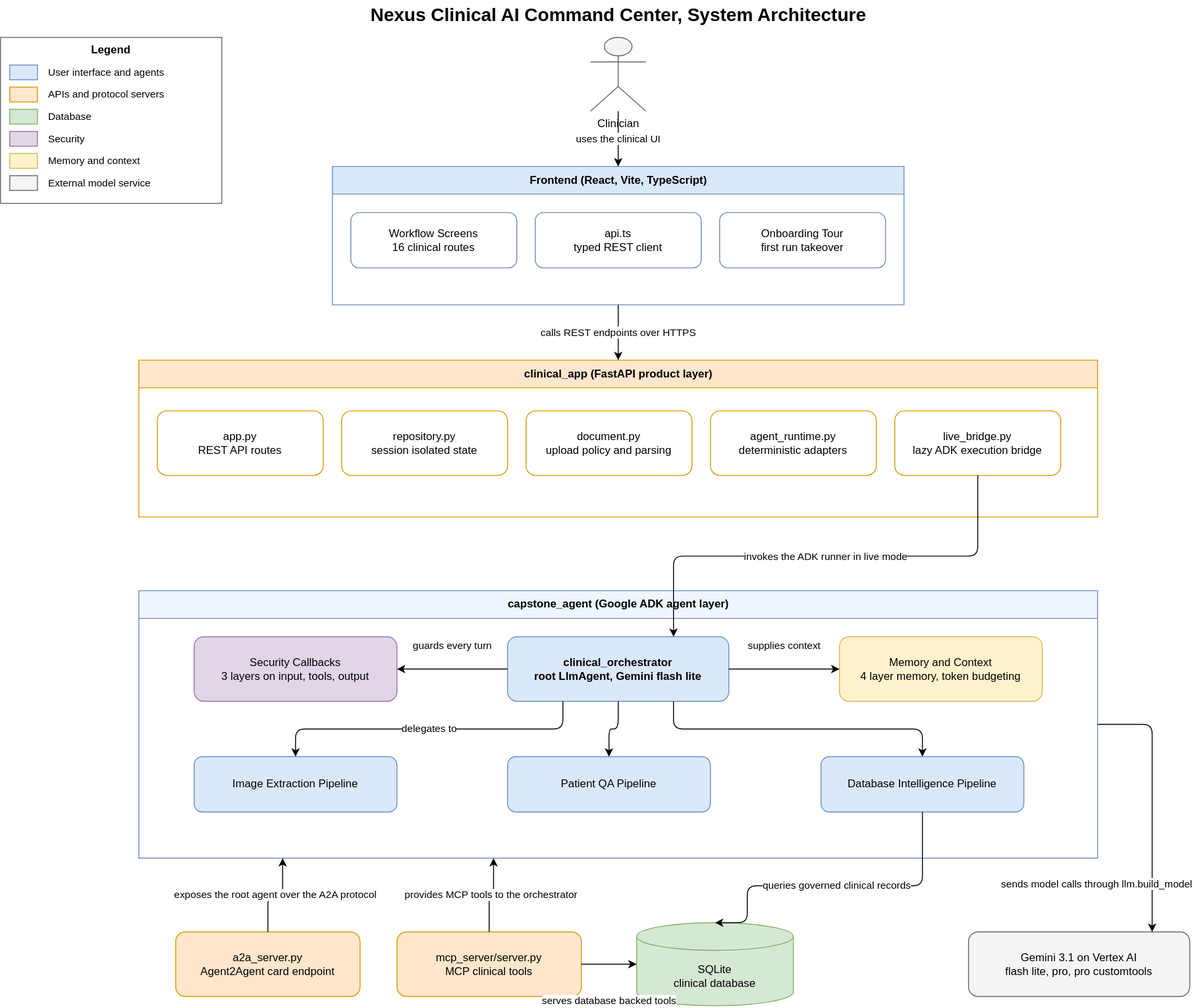
The draw.io diagram frontend/public/diagrams/svg/01-system-architecture.svg in GeorgiNaydenov/Google-Capstone-Project, before a commit. Source tidied: cells renumbered, new cells last; positions are measured from the earlier drawing's top-left corner, leaving out a move shared by most shapes.
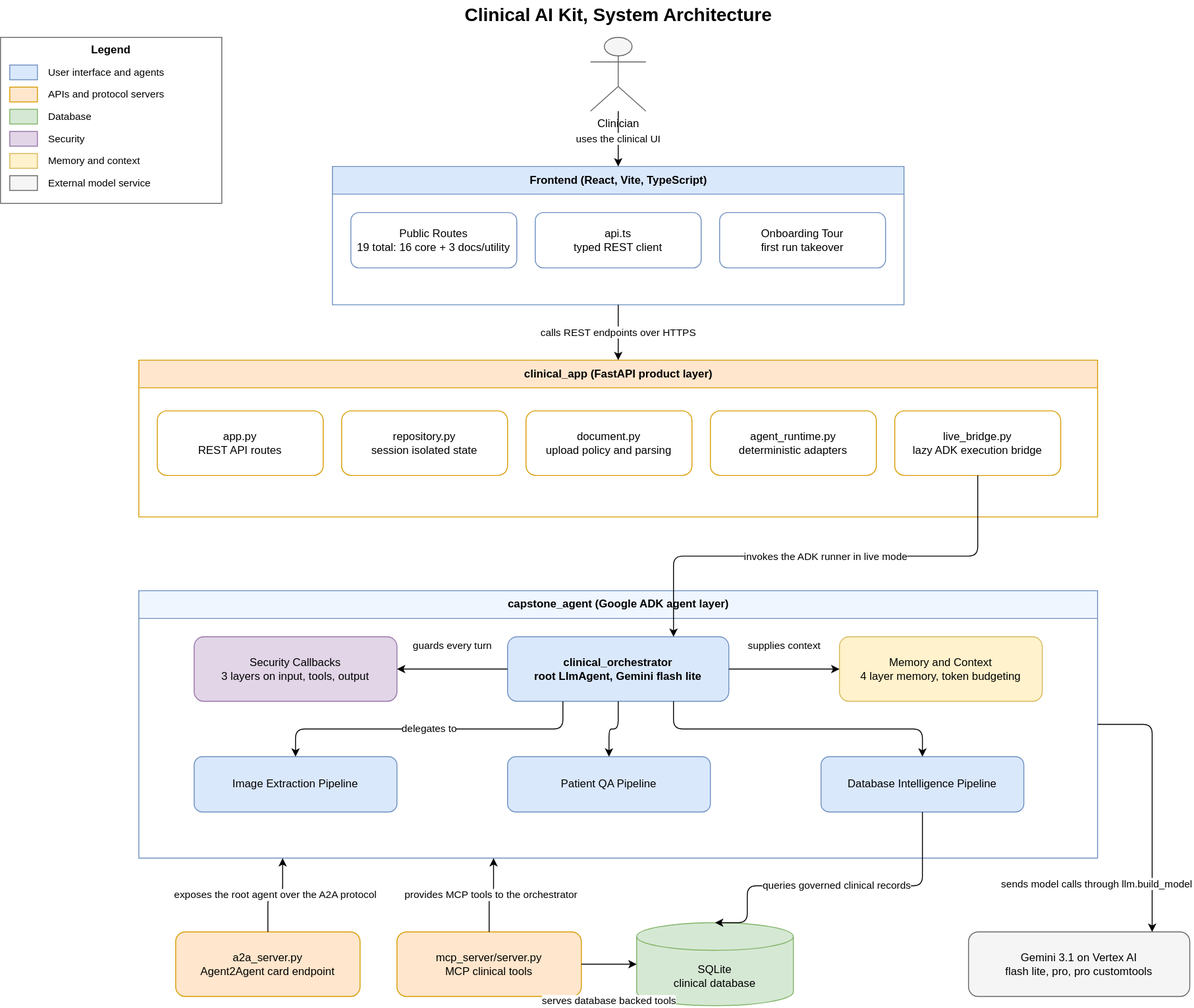
After the commit.

What changed in the source:
```diff
@@ -2,7 +2,7 @@
   <root>
     <mxCell id="0" />
     <mxCell id="1" parent="0" />
-    <mxCell id="2" value="Nexus Clinical AI Command Center, System Architecture" style="text;html=1;fontSize=20;fontStyle=1;align=center;verticalAlign=middle;" parent="1" vertex="1">
+    <mxCell id="2" value="Clinical AI Kit, System Architecture" style="text;html=1;fontSize=20;fontStyle=1;align=center;verticalAlign=middle;" parent="1" vertex="1">
       <mxGeometry x="310" width="720" height="30" as="geometry" />
     </mxCell>
     <mxCell id="3" value="Clinician" style="shape=umlActor;verticalLabelPosition=bottom;verticalAlign=top;html=1;outlineConnect=0;fillColor=#f5f5f5;strokeColor=#666666;" parent="1" vertex="1">
@@ -11,7 +11,7 @@
     <mxCell id="4" value="Frontend (React, Vite, TypeScript)" style="swimlane;startSize=30;fillColor=#dae8fc;strokeColor=#6c8ebf;html=1;fontStyle=1;" parent="1" vertex="1">
       <mxGeometry x="360" y="180" width="620" height="150" as="geometry" />
     </mxCell>
-    <mxCell id="5" value="Workflow Screens&#10;16 clinical routes" style="rounded=1;whiteSpace=wrap;html=1;fillColor=#ffffff;strokeColor=#6c8ebf;" parent="4" vertex="1">
+    <mxCell id="5" value="Public Routes&#10;19 total: 16 core + 3 docs/utility" style="rounded=1;whiteSpace=wrap;html=1;fillColor=#ffffff;strokeColor=#6c8ebf;" parent="4" vertex="1">
       <mxGeometry x="20" y="50" width="180" height="60" as="geometry" />
     </mxCell>
     <mxCell id="6" value="api.ts&#10;typed REST client" style="rounded=1;whiteSpace=wrap;html=1;fillColor=#ffffff;strokeColor=#6c8ebf;" parent="4" vertex="1">
```
